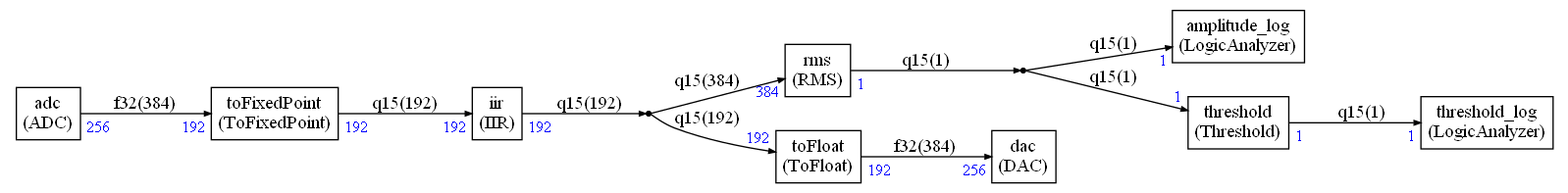
Arm-Examples/CMSIS-Stream-PoC keeps this Graphviz diagram as ComputeGraph/Pictures/graph_with_higher_latency.png. Above is the earlier version. Its source is kept beside it as ComputeGraph/Pictures/graph_with_higher_latency.dot.
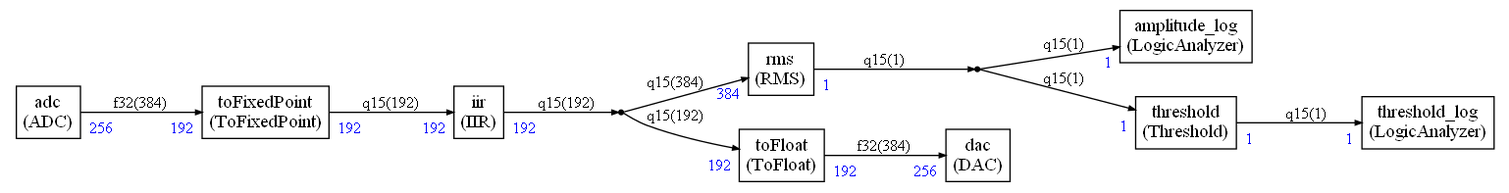
The same file after the commit.

The edit, as a diff of the source:
```diff
@@ -1,136 +1,136 @@
 digraph structs {
-    node [shape=plaintext]
+    bgcolor = "white"
+    node [shape=plaintext,color="black",fontcolor="black",fontname="Times-Roman"]
     rankdir=LR
-    edge [arrowsize=0.5]
-    fontname="times"
+    edge [arrowsize="0.5",color="black",fontcolor="black",fontname="Times-Roman"]
 
 
 adc [label=<
-<TABLE BORDER="0" CELLBORDER="1" CELLSPACING="0" CELLPADDING="4">
+<TABLE color="black" bgcolor="none" BORDER="0" CELLBORDER="1" CELLSPACING="0" CELLPADDING="4">
   <TR>
-    <TD ALIGN="CENTER" PORT="i">adc<BR/>(ADC)</TD>
+    <TD ALIGN="CENTER" PORT="i"><FONT COLOR="black" POINT-SIZE="14.0">adc<BR/>(ADC)</FONT></TD>
   </TR>
 </TABLE>>];
 
 amplitude_log [label=<
-<TABLE BORDER="0" CELLBORDER="1" CELLSPACING="0" CELLPADDING="4">
+<TABLE color="black" bgcolor="none" BORDER="0" CELLBORDER="1" CELLSPACING="0" CELLPADDING="4">
   <TR>
-    <TD ALIGN="CENTER" PORT="i">amplitude_log<BR/>(LogicAnalyzer)</TD>
+    <TD ALIGN="CENTER" PORT="i"><FONT COLOR="black" POINT-SIZE="14.0">amplitude_log<BR/>(LogicAnalyzer)</FONT></TD>
   </TR>
 </TABLE>>];
 
 dac [label=<
-<TABLE BORDER="0" CELLBORDER="1" CELLSPACING="0" CELLPADDING="4">
+<TABLE color="black" bgcolor="none" BORDER="0" CELLBORDER="1" CELLSPACING="0" CELLPADDING="4">
   <TR>
-    <TD ALIGN="CENTER" PORT="i">dac<BR/>(DAC)</TD>
+    <TD ALIGN="CENTER" PORT="i"><FONT COLOR="black" POINT-SIZE="14.0">dac<BR/>(DAC)</FONT></TD>
   </TR>
 </TABLE>>];
 
-dup0 [shape=point,label=dup0]
+dup0 [shape=point,label="dup0"]
 
-dup1 [shape=point,label=dup1]
+dup1 [shape=point,label="dup1"]
 
 iir [label=<
-<TABLE BORDER="0" CELLBORDER="1" CELLSPACING="0" CELLPADDING="4">
+<TABLE color="black" bgcolor="none" BORDER="0" CELLBORDER="1" CELLSPACING="0" CELLPADDING="4">
   <TR>
-    <TD ALIGN="CENTER" PORT="i">iir<BR/>(IIR)</TD>
+    <TD ALIGN="CENTER" PORT="i"><FONT COLOR="black" POINT-SIZE="14.0">iir<BR/>(IIR)</FONT></TD>
   </TR>
 </TABLE>>];
 
 rms [label=<
-<TABLE BORDER="0" CELLBORDER="1" CELLSPACING="0" CELLPADDING="4">
+<TABLE color="black" bgcolor="none" BORDER="0" CELLBORDER="1" CELLSPACING="0" CELLPADDING="4">
   <TR>
-    <TD ALIGN="CENTER" PORT="i">rms<BR/>(RMS)</TD>
+    <TD ALIGN="CENTER" PORT="i"><FONT COLOR="black" POINT-SIZE="14.0">rms<BR/>(RMS)</FONT></TD>
   </TR>
 </TABLE>>];
 
 threshold [label=<
-<TABLE BORDER="0" CELLBORDER="1" CELLSPACING="0" CELLPADDING="4">
+<TABLE color="black" bgcolor="none" BORDER="0" CELLBORDER="1" CELLSPACING="0" CELLPADDING="4">
   <TR>
-    <TD ALIGN="CENTER" PORT="i">threshold<BR/>(Threshold)</TD>
+    <TD ALIGN="CENTER" PORT="i"><FONT COLOR="black" POINT-SIZE="14.0">threshold<BR/>(Threshold)</FONT></TD>
   </TR>
 </TABLE>>];
 
 threshold_log [label=<
-<TABLE BORDER="0" CELLBORDER="1" CELLSPACING="0" CELLPADDING="4">
+<TABLE color="black" bgcolor="none" BORDER="0" CELLBORDER="1" CELLSPACING="0" CELLPADDING="4">
   <TR>
-    <TD ALIGN="CENTER" PORT="i">threshold_log<BR/>(LogicAnalyzer)</TD>
+    <TD ALIGN="CENTER" PORT="i"><FONT COLOR="black" POINT-SIZE="14.0">threshold_log<BR/>(LogicAnalyzer)</FONT></TD>
   </TR>
 </TABLE>>];
 
 toFixedPoint [label=<
-<TABLE BORDER="0" CELLBORDER="1" CELLSPACING="0" CELLPADDING="4">
+<TABLE color="black" bgcolor="none" BORDER="0" CELLBORDER="1" CELLSPACING="0" CELLPADDING="4">
   <TR>
-    <TD ALIGN="CENTER" PORT="i">toFixedPoint<BR/>(ToFixedPoint)</TD>
+    <TD ALIGN="CENTER" PORT="i"><FONT COLOR="black" POINT-SIZE="14.0">toFixedPoint<BR/>(ToFixedPoint)</FONT></TD>
   </TR>
 </TABLE>>];
 
 toFloat [label=<
-<TABLE BORDER="0" CELLBORDER="1" CELLSPACING="0" CELLPADDING="4">
+<TABLE color="black" bgcolor="none" BORDER="0" CELLBORDER="1" CELLSPACING="0" CELLPADDING="4">
   <TR>
-    <TD ALIGN="CENTER" PORT="i">toFloat<BR/>(ToFloat)</TD>
+    <TD ALIGN="CENTER" PORT="i"><FONT COLOR="black" POINT-SIZE="14.0">toFloat<BR/>(ToFloat)</FONT></TD>
   </TR>
 </TABLE>>];
 
 
 
-adc:i -> toFixedPoint:i [label="f32(384)"
-,headlabel=<<TABLE BORDER="0" CELLPADDING="2"><TR><TD><FONT COLOR="blue" POINT-SIZE="12.0" >192</FONT>
+adc:i -> toFixedPoint:i [style="solid",color="black",fontsize="12.0",fontcolor="black",label=<f32(384)>
+,headlabel=<<TABLE BORDER="0" CELLPADDING="4"><TR><TD><FONT COLOR="blue" POINT-SIZE="12.0" >192</FONT>
 </TD></TR></TABLE>>
-,taillabel=<<TABLE BORDER="0" CELLPADDING="2"><TR><TD><FONT COLOR="blue" POINT-SIZE="12.0" >256</FONT>
+,taillabel=<<TABLE BORDER="0" CELLPADDING="4"><TR><TD><FONT COLOR="blue" POINT-SIZE="12.0" >256</FONT>
 </TD></TR></TABLE>>]
 
-toFixedPoint:i -> iir:i [label="q15(192)"
-,headlabel=<<TABLE BORDER="0" CELLPADDING="2"><TR><TD><FONT COLOR="blue" POINT-SIZE="12.0" >192</FONT>
+toFixedPoint:i -> iir:i [style="solid",color="black",fontsize="12.0",fontcolor="black",label=<q15(192)>
+,headlabel=<<TABLE BORDER="0" CELLPADDING="4"><TR><TD><FONT COLOR="blue" POINT-SIZE="12.0" >192</FONT>
 </TD></TR></TABLE>>
-,taillabel=<<TABLE BORDER="0" CELLPADDING="2"><TR><TD><FONT COLOR="blue" POINT-SIZE="12.0" >192</FONT>
+,taillabel=<<TABLE BORDER="0" CELLPADDING="4"><TR><TD><FONT COLOR="blue" POINT-SIZE="12.0" >192</FONT>
 </TD></TR></TABLE>>]
 
-toFloat:i -> dac:i [label="f32(384)"
-,headlabel=<<TABLE BORDER="0" CELLPADDING="2"><TR><TD><FONT COLOR="blue" POINT-SIZE="12.0" >256</FONT>
+toFloat:i -> dac:i [style="solid",color="black",fontsize="12.0",fontcolor="black",label=<f32(384)>
+,headlabel=<<TABLE BORDER="0" CELLPADDING="4"><TR><TD><FONT COLOR="blue" POINT-SIZE="12.0" >256</FONT>
 </TD></TR></TABLE>>
-,taillabel=<<TABLE BORDER="0" CELLPADDING="2"><TR><TD><FONT COLOR="blue" POINT-SIZE="12.0" >192</FONT>
+,taillabel=<<TABLE BORDER="0" CELLPADDING="4"><TR><TD><FONT COLOR="blue" POINT-SIZE="12.0" >192</FONT>
 </TD></TR></TABLE>>]
 
-threshold:i -> threshold_log:i [label="q15(1)"
-,headlabel=<<TABLE BORDER="0" CELLPADDING="2"><TR><TD><FONT COLOR="blue" POINT-SIZE="12.0" >1</FONT>
+threshold:i -> threshold_log:i [style="solid",color="black",fontsize="12.0",fontcolor="black",label=<q15(1)>
+,headlabel=<<TABLE BORDER="0" CELLPADDING="4"><TR><TD><FONT COLOR="blue" POINT-SIZE="12.0" >1</FONT>
 </TD></TR></TABLE>>
-,taillabel=<<TABLE BORDER="0" CELLPADDING="2"><TR><TD><FONT COLOR="blue" POINT-SIZE="12.0" >1</FONT>
+,taillabel=<<TABLE BORDER="0" CELLPADDING="4"><TR><TD><FONT COLOR="blue" POINT-SIZE="12.0" >1</FONT>
 </TD></TR></TABLE>>]
 
 iir:i ->
-dup0 [label="q15(192)"
+dup0 [style="solid",color="black",fontsize="12.0",fontcolor="black",label=<q15(192)>
 
-,taillabel=<<TABLE BORDER="0" CELLPADDING="2"><TR><TD><FONT COLOR="blue" POINT-SIZE="12.0" >192</FONT>
+,taillabel=<<TABLE BORDER="0" CELLPADDING="4"><TR><TD><FONT COLOR="blue" POINT-SIZE="12.0" >192</FONT>
 </TD></TR></TABLE>>]
 
 
-dup0 -> toFloat:i [label="q15(192)"
-,headlabel=<<TABLE BORDER="0" CELLPADDING="2"><TR><TD><FONT COLOR="blue" POINT-SIZE="12.0" >192</FONT>
+dup0 -> toFloat:i [style="solid",color="black",fontsize="12.0",fontcolor="black",label=<q15(192)>
+,headlabel=<<TABLE BORDER="0" CELLPADDING="4"><TR><TD><FONT COLOR="blue" POINT-SIZE="12.0" >192</FONT>
 </TD></TR></TABLE>>
 ]
 
 
-dup0 -> rms:i [label="q15(384)"
-,headlabel=<<TABLE BORDER="0" CELLPADDING="2"><TR><TD><FONT COLOR="blue" POINT-SIZE="12.0" >384</FONT>
+dup0 -> rms:i [style="solid",color="black",fontsize="12.0",fontcolor="black",label=<q15(384)>
+,headlabel=<<TABLE BORDER="0" CELLPADDING="4"><TR><TD><FONT COLOR="blue" POINT-SIZE="12.0" >384</FONT>
 </TD></TR></TABLE>>
 ]
 
 rms:i ->
-dup1 [label="q15(1)"
+dup1 [style="solid",color="black",fontsize="12.0",fontcolor="black",label=<q15(1)>
 
-,taillabel=<<TABLE BORDER="0" CELLPADDING="2"><TR><TD><FONT COLOR="blue" POINT-SIZE="12.0" >1</FONT>
+,taillabel=<<TABLE BORDER="0" CELLPADDING="4"><TR><TD><FONT COLOR="blue" POINT-SIZE="12.0" >1</FONT>
 </TD></TR></TABLE>>]
 
 
-dup1 -> threshold:i [label="q15(1)"
-,headlabel=<<TABLE BORDER="0" CELLPADDING="2"><TR><TD><FONT COLOR="blue" POINT-SIZE="12.0" >1</FONT>
+dup1 -> threshold:i [style="solid",color="black",fontsize="12.0",fontcolor="black",label=<q15(1)>
+,headlabel=<<TABLE BORDER="0" CELLPADDING="4"><TR><TD><FONT COLOR="blue" POINT-SIZE="12.0" >1</FONT>
 </TD></TR></TABLE>>
 ]
 
 
-dup1 -> amplitude_log:i [label="q15(1)"
-,headlabel=<<TABLE BORDER="0" CELLPADDING="2"><TR><TD><FONT COLOR="blue" POINT-SIZE="12.0" >1</FONT>
+dup1 -> amplitude_log:i [style="solid",color="black",fontsize="12.0",fontcolor="black",label=<q15(1)>
+,headlabel=<<TABLE BORDER="0" CELLPADDING="4"><TR><TD><FONT COLOR="blue" POINT-SIZE="12.0" >1</FONT>
 </TD></TR></TABLE>>
 ]
 
```
